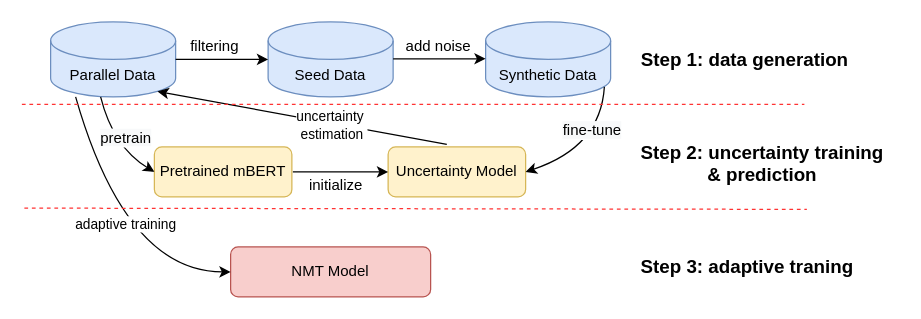
This is uncertaintyNMT.drawio from lizezhonglaile/drawio, a draw.io file, before an edit. Source tidied: cells renumbered, new cells numbered last; positions are measured from the earlier drawing's top-left corner, leaving out a move shared by most shapes. Both pictures are drawn from the tidied source at 125%, with x=0, y=0 at pixel (21, 21).
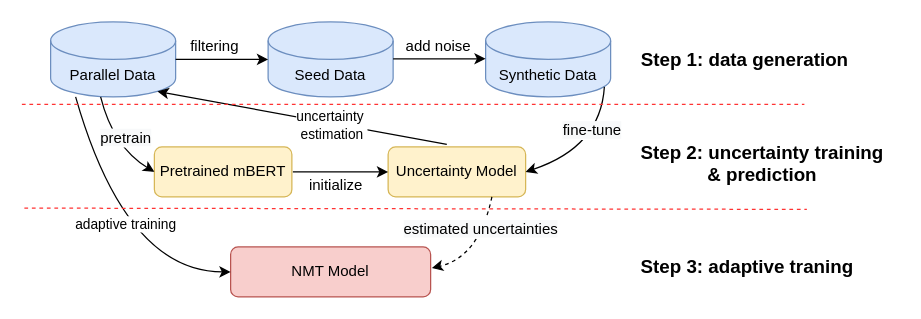
The same diagram, later.

Change to the diagram source:
```diff
@@
+    <mxCell id="27" style="curved=1;endArrow=classic;html=1;rounded=0;exitX=0.95;exitY=0.867;exitDx=0;exitDy=0;exitPerimeter=0;dashed=1;" parent="1" edge="1">
+      <mxGeometry relative="1" as="geometry">
+        <mxPoint x="376" y="140" as="sourcePoint" />
+        <mxPoint x="328" y="197" as="targetPoint" />
+        <Array as="points">
+          <mxPoint x="366" y="188" />
+        </Array>
+      </mxGeometry>
+    </mxCell>
+    <mxCell id="28" value="&lt;span style=&quot;font-size: 12px; background-color: rgb(248, 249, 250);&quot;&gt;estimated uncertainties&lt;/span&gt;" style="edgeLabel;html=1;align=center;verticalAlign=middle;fontSize=15;" parent="27" vertex="1">
+      <mxGeometry x="-0.28" y="-3" relative="1" as="geometry">
+        <mxPoint y="-7" as="offset" />
+      </mxGeometry>
+    </mxCell>
```
